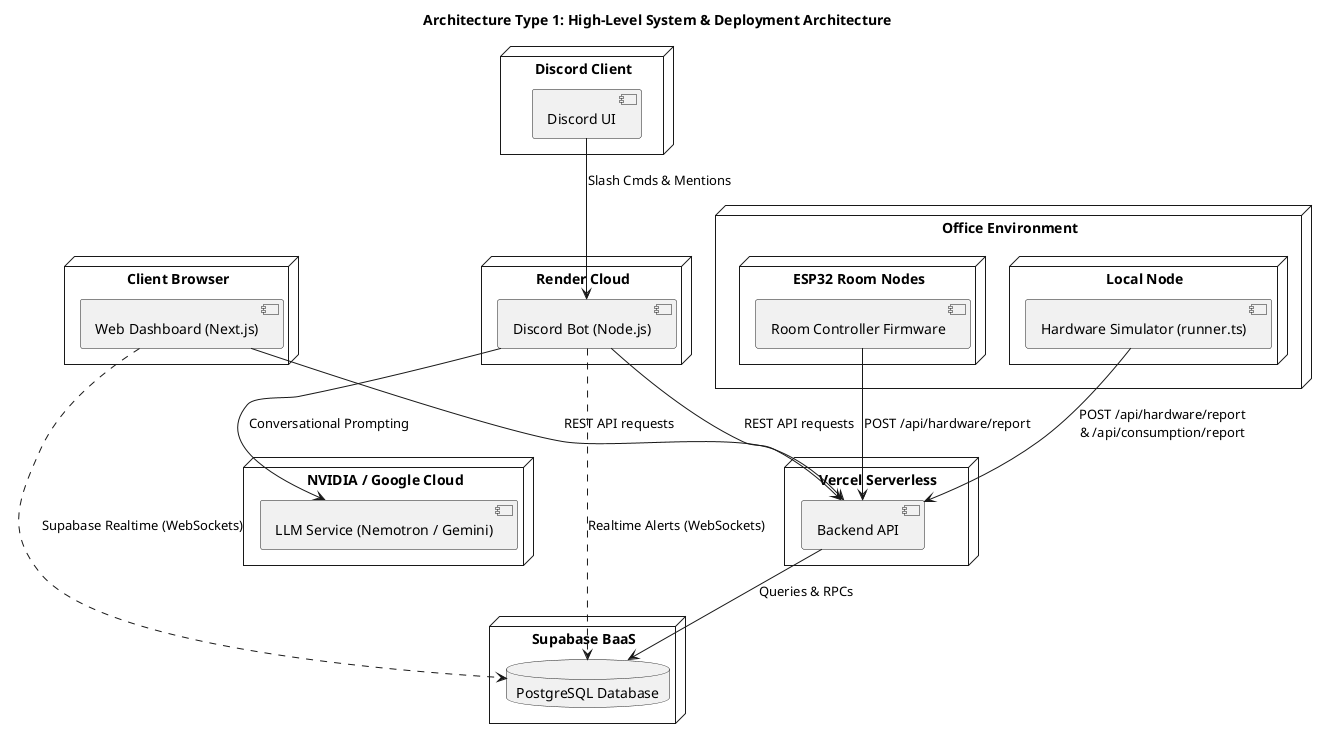
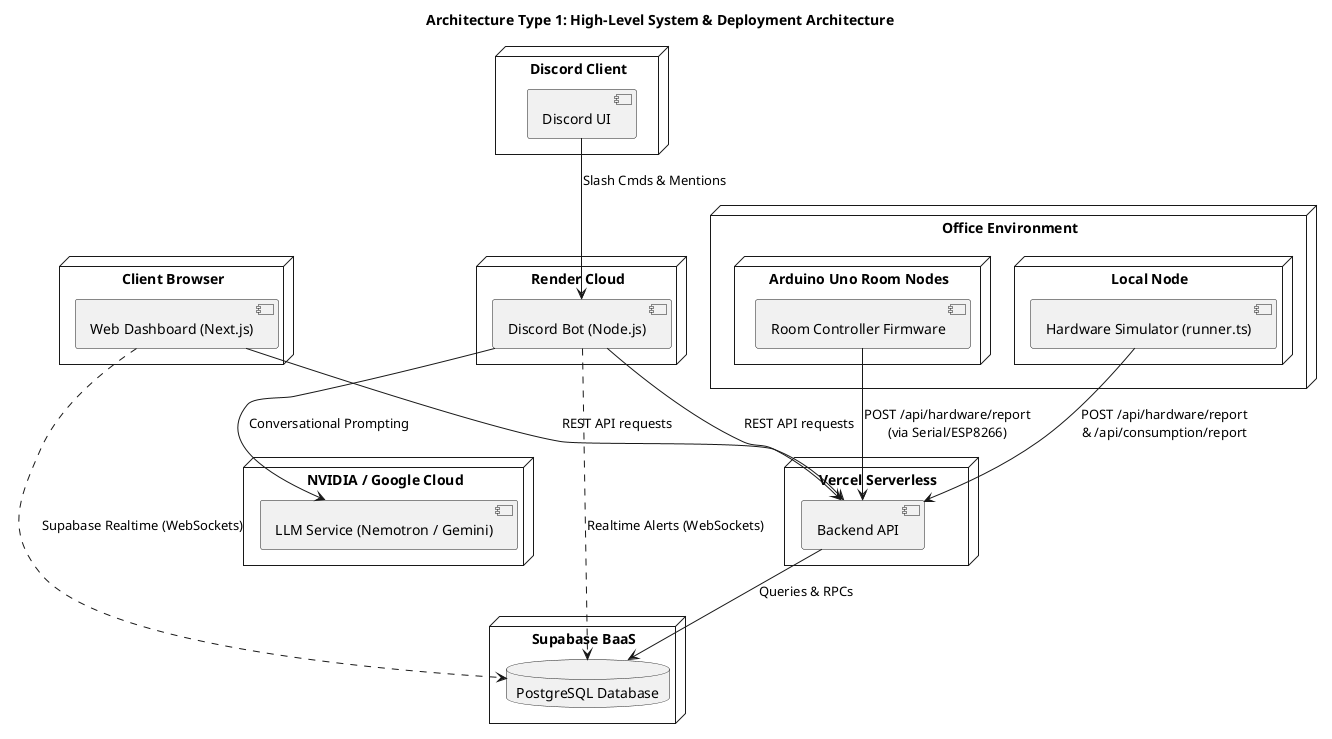
@startuml
title Architecture Type 1: High-Level System & Deployment Architecture

node "Client Browser" {
    component "Web Dashboard (Next.js)" as Dashboard
}

node "Discord Client" {
    component "Discord UI" as DiscordClient
}

node "Render Cloud" {
    component "Discord Bot (Node.js)" as DiscordBot
}

node "Vercel Serverless" {
    component "Backend API" as Backend
}

node "Supabase BaaS" {
    database "PostgreSQL Database" as DB
}

node "NVIDIA / Google Cloud" {
    component "LLM Service (Nemotron / Gemini)" as LLM
}

node "Office Environment" {
-     node "ESP32 Room Nodes" {
-         component "Room Controller Firmware" as ESP32
+     node "Arduino Uno Room Nodes" {
+         component "Room Controller Firmware" as Arduino
    }
    node "Local Node" {
        component "Hardware Simulator (runner.ts)" as Simulator
    }
}

Dashboard --> Backend : "REST API requests"
Dashboard ..> DB : "Supabase Realtime (WebSockets)"
DiscordClient --> DiscordBot : "Slash Cmds & Mentions"
DiscordBot --> Backend : "REST API requests"
DiscordBot ..> DB : "Realtime Alerts (WebSockets)"
DiscordBot --> LLM : "Conversational Prompting"
- ESP32 --> Backend : "POST /api/hardware/report"
+ Arduino --> Backend : "POST /api/hardware/report\n(via Serial/ESP8266)"
Simulator --> Backend : "POST /api/hardware/report\n& /api/consumption/report"
Backend --> DB : "Queries & RPCs"

@enduml

@startuml
title Architecture Type 2: Database Schema & Entity Relationships

' hide the spot
hide circle
' avoid problems with { }
skinparam linetype ortho

entity "rooms" as rooms {
  * id : text <<PK>>
  --
  name : text
}

entity "devices" as devices {
  * id : uuid <<PK>>
  --
  * room_id : text <<FK>>
  name : text
  type : device_type (ENUM)
  status : boolean
  wattage : integer
  last_changed_at : timestamptz
}

entity "device_history" as device_history {
  * id : uuid <<PK>>
  --
  * device_id : uuid <<FK>>
  previous_status : boolean
  new_status : boolean
  changed_at : timestamptz
}

entity "alerts" as alerts {
  * id : uuid <<PK>>
  --
  * room_id : text <<FK>>
  type : alert_type (ENUM)
  message : text
  active : boolean
  triggered_at : timestamptz
  resolved_at : timestamptz
}

entity "consumption_logs" as consumption_logs {
  * id : uuid <<PK>>
  --
  logged_at : timestamptz
  sim_time : timestamptz
  room_id : text
  kwh : numeric
  cost_bdt : numeric
}

rooms ||--o{ devices : "has"
rooms ||--o{ alerts : "has"
devices ||--o{ device_history : "logs status changes"

@enduml

@startuml
title Architecture Type 3: Low-Level Software Components

package "Backend Next.js API" {
    package "API Routes" {
        [power/route.ts] as R_Power
        [alerts/route.ts] as R_Alerts
        [devices/route.ts] as R_Devices
        [devices/history/route.ts] as R_History
        [devices/toggle/route.ts] as R_Toggle
        [hardware/report/route.ts] as R_Hardware
        [consumption/route.ts] as R_Cons
        [consumption/logs/route.ts] as R_ConsLogs
        [consumption/report/route.ts] as R_ConsRep
        [consumption/breakdown/route.ts] as R_ConsBreak
    }

    package "Services Layer" {
        [DeviceService] as S_Device
        [AlertService] as S_Alert
        [PowerService] as S_Power
        [ConsumptionService] as S_Cons
        [RoomService] as S_Room
    }

    API_Routes --> ServicesLayer
}

package "Discord Bot" {
    [bot.ts] as Bot_Main
    [LLM Client] as Bot_LLM
    [Keep-Alive Server] as Bot_Http

    Bot_Main --> Bot_LLM
    Bot_Main --> Bot_Http
}

package "Web Dashboard" {
    [page.tsx] as Web_Page
    [layout.tsx] as Web_Layout
    [lib/types.ts] as Web_Types

    Web_Page --> Web_Types
}

database "PostgreSQL" as DB

BackendNextjsAPI --> DB : "Supabase JS SDK"
DiscordBot --> BackendNextjsAPI : "HTTP Fetch"
DiscordBot ..> DB : "Realtime WebSockets"
WebDashboard --> BackendNextjsAPI : "HTTP Fetch"
WebDashboard ..> DB : "Realtime WebSockets"

@enduml

@startuml
title Software Interaction Sequence: Device Telemetry & Alert Loop

- actor "ESP32 / Simulator" as HW
+ actor "Arduino / Simulator" as HW
participant "Backend API\n(/api/hardware/report)" as API
participant "DeviceService" as DS
participant "AlertService" as AS
database "Supabase PostgreSQL" as DB
participant "Discord Bot" as Bot
actor "Discord Channel" as Disc

HW -> API : POST { roomId, devices, simulatedTime }
activate API

API -> DS : updateDeviceStatusSimulated()
activate DS
DS -> DB : Check current status
DB --> DS : Current status
alt Status changed
    DS -> DB : UPDATE devices status/last_changed_at\nINSERT INTO device_history
end
deactivate DS

API -> AS : evaluateAlerts(simulatedTime)
activate AS
loop For each Room
    AS -> DS : getDevicesByRoom(roomId)
    DS --> AS : list of devices

    alt Is After Hours & device is ON
        AS -> AS : triggerAlert('after_hours')
        AS -> DB : INSERT INTO alerts
        DB -->> Bot : Realtime INSERT Notification
        activate Bot
        Bot -> Bot : conversationalize()
        Bot -> Disc : Send Alert Message
        deactivate Bot
    else Working Hours or all devices OFF
        AS -> AS : resolveAlert('after_hours')
        AS -> DB : UPDATE alerts active=false
    end

    alt All devices ON continuously for > 2 hours
        AS -> AS : triggerAlert('continuous_usage')
        AS -> DB : INSERT INTO alerts
        DB -->> Bot : Realtime INSERT Notification
        activate Bot
        Bot -> Bot : conversationalize()
        Bot -> Disc : Send Alert Message
        deactivate Bot
    else At least one device is OFF
        AS -> AS : resolveAlert('continuous_usage')
        AS -> DB : UPDATE alerts active=false
    end
end
deactivate AS

API --> HW : 200 OK { success: true }
deactivate API

@enduml

@startuml
title Software Interaction Sequence: Discord Bot Conversational LLM Flow

actor "User (Boss)" as User
participant "Discord Bot" as Bot
participant "Backend API" as API
participant "NVIDIA NIM / Gemini" as LLM

User -> Bot : Mentions @ChronoBot with question
activate Bot

note over Bot : Fetch current system context
Bot -> API : GET /api/devices
Bot -> API : GET /api/power
Bot -> API : GET /api/consumption
Bot -> API : GET /api/alerts
API --> Bot : Live office data, power levels,\ncosts, and active alerts

note over Bot : Formulate LLM Prompt with database facts
Bot -> LLM : POST /chat/completions (Prompt + Question)
activate LLM
LLM --> Bot : Factual, concise response text
deactivate LLM

Bot -> Bot : format response (conversationalize)
Bot --> User : Reply message in Discord chat
deactivate Bot

@enduml

@startuml
title Architecture Type 4: Hardware Circuit & Connections Layout

package "Low Voltage Control (DC 5V)" {
-     component "ESP32 Wi-Fi Node" as ESP32 {
-         port "VIN" as ESP_VIN
-         port "GND" as ESP_GND
-         port "GPIO12" as G12
-         port "GPIO13" as G13
-         port "GPIO14" as G14
-         port "GPIO15" as G15
-         port "GPIO16" as G16
-         port "GPIO34 (ADC)" as G34
+     component "Arduino Uno Board" as Arduino {
+         port "5V" as Arduino_5V
+         port "GND" as Arduino_GND
+         port "Pin 2" as D2
+         port "Pin 3" as D3
+         port "Pin 4" as D4
+         port "Pin 5" as D5
+         port "Pin 6" as D6
+         port "Pin A0 (Analog)" as A0
    }

    component "5-Channel Relay Board" as Relay {
        port "VCC" as R_VCC
        port "GND" as R_GND
        port "IN1" as R_IN1
        port "IN2" as R_IN2
        port "IN3" as R_IN3
        port "IN4" as R_IN4
        port "IN5" as R_IN5
        port "COM" as R_COM
        port "NO1" as NO1
        port "NO2" as NO2
        port "NO3" as NO3
        port "NO4" as NO4
        port "NO5" as NO5
    }

    component "ACS712 Current Sensor" as ACS712 {
        port "VCC" as S_VCC
        port "GND" as S_GND
        port "OUT" as S_OUT
        port "IP+" as IP_Plus
        port "IP-" as IP_Minus
    }
- 
-     rectangle "Voltage Divider" as Divider {
-         rectangle "10 kOhm Resistor" as R1
-         rectangle "20 kOhm Resistor" as R2
-         circle "Junction Pin" as Junction
-     }
}

package "High Voltage AC (220V)" {
    rectangle "AC Mains" {
        port "Live" as Mains_Live
        port "Neutral" as Mains_Neutral
    }

    component "Fan 1" as Fan1
    component "Fan 2" as Fan2
    component "Light 1" as Light1
    component "Light 2" as Light2
    component "Light 3" as Light3
}

' Control lines
- G12 --> R_IN1
- G13 --> R_IN2
- G14 --> R_IN3
- G15 --> R_IN4
- G16 --> R_IN5
+ D2 --> R_IN1
+ D3 --> R_IN2
+ D4 --> R_IN3
+ D5 --> R_IN4
+ D6 --> R_IN5

' Power lines DC
- ESP_VIN --> R_VCC
- ESP_VIN --> S_VCC
- ESP_GND --> R_GND
- ESP_GND --> S_GND
- ESP_GND --> R2
- 
- ' Analog Sensing scaled
- S_OUT --> R1
- R1 --> Junction
- R2 --> Junction
- Junction --> G34
+ Arduino_5V --> R_VCC
+ Arduino_5V --> S_VCC
+ Arduino_GND --> R_GND
+ Arduino_GND --> S_GND
+ 
+ ' Analog Sensing direct (No Voltage Divider needed as Uno is 5V ADC tolerant)
+ S_OUT --> A0

' High voltage wiring
Mains_Live --> IP_Plus
IP_Minus --> R_COM

NO1 --> Fan1
NO2 --> Fan2
NO3 --> Light1
NO4 --> Light2
NO5 --> Light3

Fan1 --> Mains_Neutral
Fan2 --> Mains_Neutral
Light1 --> Mains_Neutral
Light2 --> Mains_Neutral
Light3 --> Mains_Neutral

@enduml
